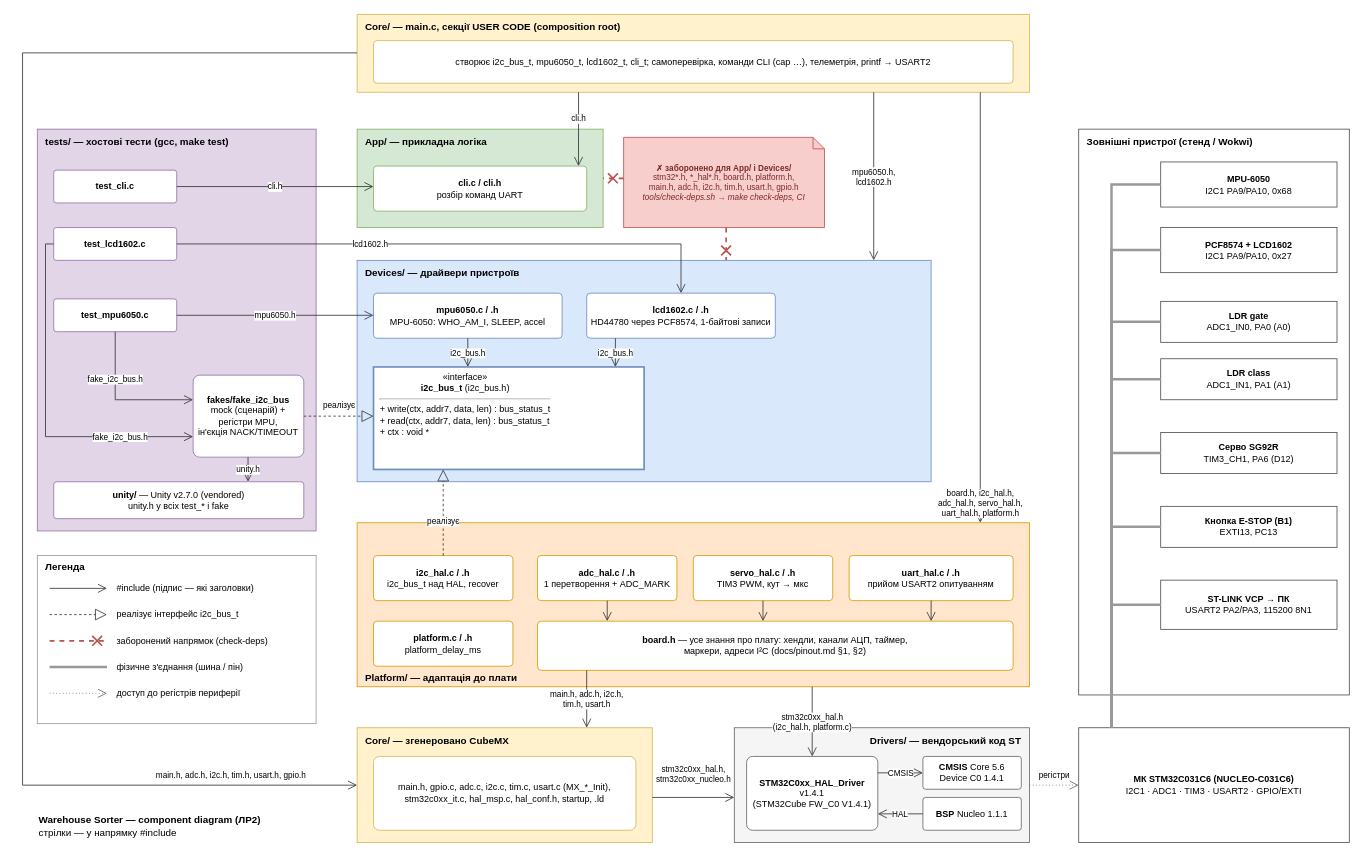
This is docs/lab_2/img/components.drawio from SPapor/lab1-stm32-sorter, a draw.io file, before an edit. Source tidied: cells renumbered, new cells numbered last; positions are measured from the earlier drawing's top-left corner, leaving out a move shared by most shapes. Both pictures are drawn from the tidied source at 82%, with x=0, y=0 at pixel (22, 14).
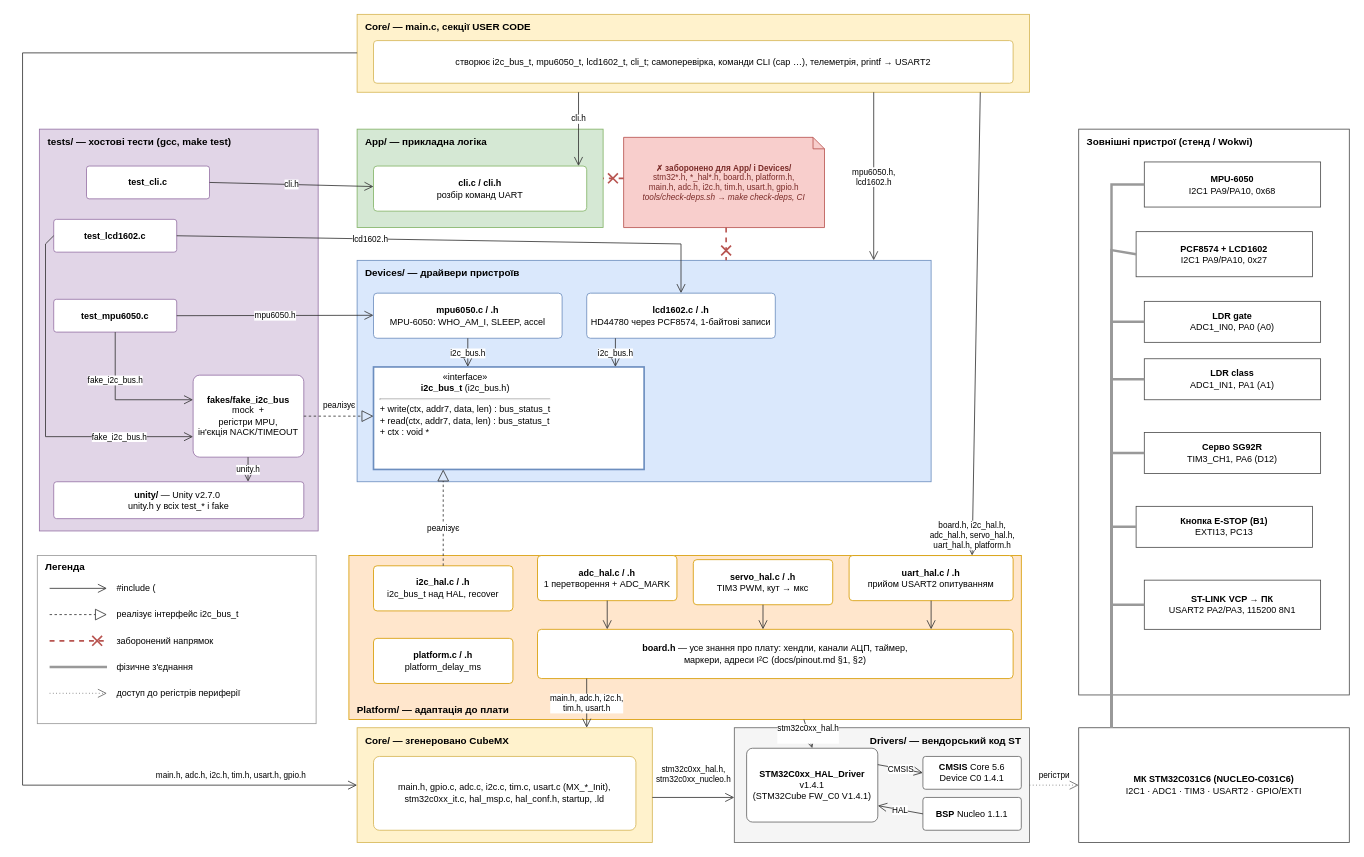
The same page after the edit.

Commit message (it also covers changes not shown here):
docs: journal problem 10, architecture and diagram edits

Change to the diagram source:
```diff
@@
-    <mxCell id="2" value="Core/ — main.c, секції USER CODE (composition root)" style="rounded=0;whiteSpace=wrap;html=1;verticalAlign=top;align=left;spacingLeft=8;spacingRight=8;spacingTop=2;spacingBottom=2;fontStyle=1;fontSize=12;fillColor=#fff2cc;strokeColor=#d6b656;" parent="1" vertex="1">
+    <mxCell id="2" value="Core/ — main.c, секції USER CODE&amp;nbsp;" style="rounded=0;whiteSpace=wrap;html=1;verticalAlign=top;align=left;spacingLeft=8;spacingRight=8;spacingTop=2;spacingBottom=2;fontStyle=1;fontSize=12;fillColor=#fff2cc;strokeColor=#d6b656;" parent="1" vertex="1">
       <mxGeometry x="408" width="820" height="95" as="geometry" />
     </mxCell>
     <mxCell id="3" value="tests/ — хостові тести (gcc, make test)" style="rounded=0;whiteSpace=wrap;html=1;verticalAlign=top;align=left;spacingLeft=8;spacingRight=8;spacingTop=2;spacingBottom=2;fontStyle=1;fontSize=12;fillColor=#e1d5e7;strokeColor=#9673a6;" parent="1" vertex="1">
-      <mxGeometry x="18" y="140" width="340" height="490" as="geometry" />
+      <mxGeometry x="20.5" y="140" width="340" height="490" as="geometry" />
     </mxCell>
@@
     <mxCell id="6" value="Platform/ — адаптація до плати" style="rounded=0;whiteSpace=wrap;html=1;verticalAlign=bottom;align=left;spacingLeft=8;spacingRight=8;spacingTop=2;spacingBottom=2;fontStyle=1;fontSize=12;fillColor=#ffe6cc;strokeColor=#d79b00;" parent="1" vertex="1">
-      <mxGeometry x="408" y="620" width="820" height="200" as="geometry" />
+      <mxGeometry x="398" y="660" width="820" height="200" as="geometry" />
     </mxCell>
@@
     <mxCell id="16" value="&lt;b&gt;test_cli.c&lt;/b&gt;" style="rounded=1;arcSize=8;whiteSpace=wrap;html=1;fontSize=11;fillColor=#ffffff;strokeColor=#9673a6;" parent="1" vertex="1">
-      <mxGeometry x="38" y="190" width="150" height="40" as="geometry" />
+      <mxGeometry x="78" y="185" width="150" height="40" as="geometry" />
     </mxCell>
     <mxCell id="17" value="&lt;b&gt;test_lcd1602.c&lt;/b&gt;" style="rounded=1;arcSize=8;whiteSpace=wrap;html=1;fontSize=11;fillColor=#ffffff;strokeColor=#9673a6;" parent="1" vertex="1">
-      <mxGeometry x="38" y="260" width="150" height="40" as="geometry" />
+      <mxGeometry x="38" y="250" width="150" height="40" as="geometry" />
     </mxCell>
     <mxCell id="18" value="&lt;b&gt;test_mpu6050.c&lt;/b&gt;" style="rounded=1;arcSize=8;whiteSpace=wrap;html=1;fontSize=11;fillColor=#ffffff;strokeColor=#9673a6;" parent="1" vertex="1">
-      <mxGeometry x="38" y="347" width="150" height="40" as="geometry" />
+      <mxGeometry x="38" y="347.5" width="150" height="40" as="geometry" />
     </mxCell>
-    <mxCell id="19" value="&lt;b&gt;fakes/fake_i2c_bus&lt;/b&gt;&lt;br&gt;mock (сценарій) +&lt;br&gt;регістри MPU,&lt;br&gt;ін'єкція NACK/TIMEOUT" style="rounded=1;arcSize=8;whiteSpace=wrap;html=1;fontSize=11;fillColor=#ffffff;strokeColor=#9673a6;" parent="1" vertex="1">
+    <mxCell id="19" value="&lt;b&gt;fakes/fake_i2c_bus&lt;/b&gt;&lt;br&gt;mock&amp;nbsp; +&lt;br&gt;регістри MPU,&lt;br&gt;ін'єкція NACK/TIMEOUT" style="rounded=1;arcSize=8;whiteSpace=wrap;html=1;fontSize=11;fillColor=#ffffff;strokeColor=#9673a6;" parent="1" vertex="1">
       <mxGeometry x="208" y="440" width="135" height="100" as="geometry" />
     </mxCell>
-    <mxCell id="20" value="&lt;b&gt;unity/&lt;/b&gt; — Unity v2.7.0 (vendored)&lt;br&gt;unity.h у всіх test_* і fake" style="rounded=1;arcSize=8;whiteSpace=wrap;html=1;fontSize=11;fillColor=#ffffff;strokeColor=#9673a6;" parent="1" vertex="1">
+    <mxCell id="20" value="&lt;b&gt;unity/&lt;/b&gt; — Unity v2.7.0&amp;nbsp;&lt;br&gt;unity.h у всіх test_* і fake" style="rounded=1;arcSize=8;whiteSpace=wrap;html=1;fontSize=11;fillColor=#ffffff;strokeColor=#9673a6;" parent="1" vertex="1">
       <mxGeometry x="38" y="570" width="305" height="45" as="geometry" />
     </mxCell>
     <mxCell id="21" value="&lt;b&gt;i2c_hal.c / .h&lt;/b&gt;&lt;br&gt;i2c_bus_t над HAL, recover" style="rounded=1;arcSize=8;whiteSpace=wrap;html=1;fontSize=11;fillColor=#ffffff;strokeColor=#d79b00;" parent="1" vertex="1">
-      <mxGeometry x="428" y="660" width="170" height="55" as="geometry" />
+      <mxGeometry x="428" y="672.5" width="170" height="55" as="geometry" />
     </mxCell>
     <mxCell id="22" value="&lt;b&gt;platform.c / .h&lt;/b&gt;&lt;br&gt;platform_delay_ms" style="rounded=1;arcSize=8;whiteSpace=wrap;html=1;fontSize=11;fillColor=#ffffff;strokeColor=#d79b00;" parent="1" vertex="1">
-      <mxGeometry x="428" y="740" width="170" height="55" as="geometry" />
+      <mxGeometry x="428" y="761" width="170" height="55" as="geometry" />
     </mxCell>
@@
     <mxCell id="24" value="&lt;b&gt;servo_hal.c / .h&lt;/b&gt;&lt;br&gt;TIM3 PWM, кут → мкс" style="rounded=1;arcSize=8;whiteSpace=wrap;html=1;fontSize=11;fillColor=#ffffff;strokeColor=#d79b00;" parent="1" vertex="1">
-      <mxGeometry x="818" y="660" width="170" height="55" as="geometry" />
+      <mxGeometry x="818" y="665" width="170" height="55" as="geometry" />
     </mxCell>
@@
     <mxCell id="26" value="&lt;b&gt;board.h&lt;/b&gt; — усе знання про плату: хендли, канали АЦП, таймер,&lt;br&gt;маркери, адреси I²C (docs/pinout.md §1, §2)" style="rounded=1;arcSize=8;whiteSpace=wrap;html=1;fontSize=11;fillColor=#ffffff;strokeColor=#d79b00;" parent="1" vertex="1">
-      <mxGeometry x="628" y="740" width="580" height="60" as="geometry" />
+      <mxGeometry x="628" y="750" width="580" height="60" as="geometry" />
     </mxCell>
@@
     <mxCell id="28" value="&lt;b&gt;STM32C0xx_HAL_Driver&lt;/b&gt;&lt;br&gt;v1.4.1&lt;br&gt;(STM32Cube FW_C0 V1.4.1)" style="rounded=1;arcSize=8;whiteSpace=wrap;html=1;fontSize=11;fillColor=#ffffff;strokeColor=#666666;" parent="1" vertex="1">
-      <mxGeometry x="883" y="905" width="160" height="90" as="geometry" />
+      <mxGeometry x="883" y="895" width="160" height="90" as="geometry" />
     </mxCell>
@@
     <mxCell id="32" value="&lt;b&gt;MPU-6050&lt;/b&gt;&lt;br&gt;I2C1 PA9/PA10, 0x68" style="rounded=0;whiteSpace=wrap;html=1;fontSize=11;fillColor=#ffffff;strokeColor=#4d4d4d;strokeWidth=1;shadow=0;" parent="1" vertex="1">
-      <mxGeometry x="1388" y="180" width="215" height="55" as="geometry" />
+      <mxGeometry x="1368" y="180" width="215" height="55" as="geometry" />
     </mxCell>
     <mxCell id="33" value="&lt;b&gt;PCF8574 + LCD1602&lt;/b&gt;&lt;br&gt;I2C1 PA9/PA10, 0x27" style="rounded=0;whiteSpace=wrap;html=1;fontSize=11;fillColor=#ffffff;strokeColor=#4d4d4d;strokeWidth=1;shadow=0;" parent="1" vertex="1">
-      <mxGeometry x="1388" y="260" width="215" height="55" as="geometry" />
+      <mxGeometry x="1358" y="265" width="215" height="55" as="geometry" />
     </mxCell>
     <mxCell id="34" value="&lt;b&gt;LDR gate&lt;/b&gt;&lt;br&gt;ADC1_IN0, PA0 (A0)" style="rounded=0;whiteSpace=wrap;html=1;fontSize=11;fillColor=#ffffff;strokeColor=#4d4d4d;strokeWidth=1;shadow=0;" parent="1" vertex="1">
-      <mxGeometry x="1388" y="350" width="215" height="50" as="geometry" />
+      <mxGeometry x="1368" y="350" width="215" height="50" as="geometry" />
     </mxCell>
     <mxCell id="35" value="&lt;b&gt;LDR class&lt;/b&gt;&lt;br&gt;ADC1_IN1, PA1 (A1)" style="rounded=0;whiteSpace=wrap;html=1;fontSize=11;fillColor=#ffffff;strokeColor=#4d4d4d;strokeWidth=1;shadow=0;" parent="1" vertex="1">
-      <mxGeometry x="1388" y="420" width="215" height="50" as="geometry" />
+      <mxGeometry x="1368" y="420" width="215" height="50" as="geometry" />
     </mxCell>
     <mxCell id="36" value="&lt;b&gt;Серво SG92R&lt;/b&gt;&lt;br&gt;TIM3_CH1, PA6 (D12)" style="rounded=0;whiteSpace=wrap;html=1;fontSize=11;fillColor=#ffffff;strokeColor=#4d4d4d;strokeWidth=1;shadow=0;" parent="1" vertex="1">
-      <mxGeometry x="1388" y="510" width="215" height="50" as="geometry" />
+      <mxGeometry x="1368" y="510" width="215" height="50" as="geometry" />
     </mxCell>
     <mxCell id="37" value="&lt;b&gt;Кнопка E-STOP (B1)&lt;/b&gt;&lt;br&gt;EXTI13, PC13" style="rounded=0;whiteSpace=wrap;html=1;fontSize=11;fillColor=#ffffff;strokeColor=#4d4d4d;strokeWidth=1;shadow=0;" parent="1" vertex="1">
-      <mxGeometry x="1388" y="600" width="215" height="50" as="geometry" />
+      <mxGeometry x="1358" y="600" width="215" height="50" as="geometry" />
     </mxCell>
     <mxCell id="38" value="&lt;b&gt;ST-LINK VCP → ПК&lt;/b&gt;&lt;br&gt;USART2 PA2/PA3, 115200 8N1" style="rounded=0;whiteSpace=wrap;html=1;fontSize=11;fillColor=#ffffff;strokeColor=#4d4d4d;strokeWidth=1;shadow=0;" parent="1" vertex="1">
-      <mxGeometry x="1388" y="690" width="215" height="60" as="geometry" />
+      <mxGeometry x="1368" y="690" width="215" height="60" as="geometry" />
     </mxCell>
@@
-    <mxCell id="57" value="stm32c0xx_hal.h&lt;br&gt;(i2c_hal.h, platform.c)" style="html=1;rounded=0;edgeStyle=none;fontSize=10;labelBackgroundColor=#ffffff;endArrow=open;endSize=9;strokeColor=#333333;exitX=0.6768;exitY=1.0000;exitDx=0;exitDy=0;entryX=0.5000;entryY=0.0000;entryDx=0;entryDy=0;" parent="1" edge="1" source="6" target="28">
+    <mxCell id="57" value="stm32c0xx_hal.h&lt;div&gt;&lt;br/&gt;&lt;/div&gt;" style="html=1;rounded=0;edgeStyle=none;fontSize=10;labelBackgroundColor=#ffffff;endArrow=open;endSize=9;strokeColor=#333333;exitX=0.6768;exitY=1.0000;exitDx=0;exitDy=0;entryX=0.5000;entryY=0.0000;entryDx=0;entryDy=0;" parent="1" edge="1" source="6" target="28">
       <mxGeometry relative="1" as="geometry" />
     </mxCell>
@@
-    <mxCell id="73" value="#include (підпис — які заголовки)" style="text;html=1;align=left;verticalAlign=middle;fontSize=11;" parent="1" vertex="1">
+    <mxCell id="73" value="#include (" style="text;html=1;align=left;verticalAlign=middle;fontSize=11;" parent="1" vertex="1">
       <mxGeometry x="113" y="688" width="240" height="24" as="geometry" />
     </mxCell>
@@
-    <mxCell id="77" value="заборонений напрямок (check-deps)" style="text;html=1;align=left;verticalAlign=middle;fontSize=11;" parent="1" vertex="1">
+    <mxCell id="77" value="заборонений напрямок&amp;nbsp;" style="text;html=1;align=left;verticalAlign=middle;fontSize=11;" parent="1" vertex="1">
       <mxGeometry x="113" y="752" width="240" height="24" as="geometry" />
     </mxCell>
@@
-    <mxCell id="79" value="фізичне з'єднання (шина / пін)" style="text;html=1;align=left;verticalAlign=middle;fontSize=11;" parent="1" vertex="1">
+    <mxCell id="79" value="фізичне з'єднання&amp;nbsp;" style="text;html=1;align=left;verticalAlign=middle;fontSize=11;" parent="1" vertex="1">
       <mxGeometry x="113" y="784" width="240" height="24" as="geometry" />
     </mxCell>
@@
-    <mxCell id="82" value="&lt;b&gt;Warehouse Sorter — component diagram (ЛР2)&lt;/b&gt;&lt;br&gt;стрілки — у напрямку #include" style="text;html=1;align=left;verticalAlign=middle;fontSize=12;" parent="1" vertex="1">
-      <mxGeometry x="18" y="970" width="360" height="40" as="geometry" />
-    </mxCell>
```
